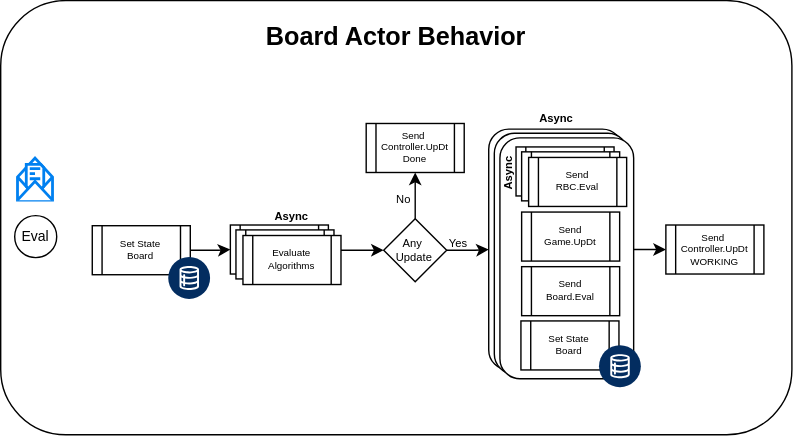
Before: docs/diagrams/BoardActor.svg, a diagram exported from draw.io (sunlao/py_sudoku_solver). Source tidied: cells renumbered, new cells last; positions are measured from the earlier drawing's top-left corner, leaving out a move shared by most shapes.
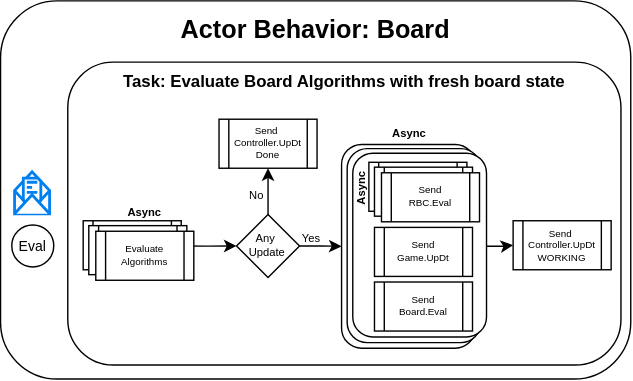
Above is the later version.

The edit, as a diff of the source:
```diff
@@ -3,39 +3,36 @@
     <mxCell id="0" />
     <mxCell id="1" parent="0" />
     <mxCell id="2" style="rounded=1;whiteSpace=wrap;html=1;" parent="1" vertex="1">
-      <mxGeometry width="565" height="310" as="geometry" />
+      <mxGeometry x="23" y="-1" width="450" height="270" as="geometry" />
     </mxCell>
+    <mxCell id="34" style="rounded=1;whiteSpace=wrap;html=1;" parent="1" vertex="1">
+      <mxGeometry x="71" y="42.8" width="395" height="216.2" as="geometry" />
+    </mxCell>
     <mxCell id="3" style="edgeStyle=orthogonalEdgeStyle;rounded=0;jettySize=auto;html=1;entryX=0;entryY=0.5;entryDx=0;entryDy=0;" parent="1" edge="1" source="4" target="17">
       <mxGeometry relative="1" as="geometry" />
     </mxCell>
     <mxCell id="4" style="rounded=1;whiteSpace=wrap;html=1;" parent="1" vertex="1">
-      <mxGeometry x="348.5" y="91.8" width="95.5" height="172" as="geometry" />
+      <mxGeometry x="266.5" y="101.5" width="95.5" height="145.5" as="geometry" />
     </mxCell>
     <mxCell id="5" style="rounded=1;whiteSpace=wrap;html=1;" parent="1" vertex="1">
-      <mxGeometry x="352.5" y="94.8" width="95.5" height="172" as="geometry" />
+      <mxGeometry x="270.5" y="104.5" width="95.5" height="138.5" as="geometry" />
     </mxCell>
     <mxCell id="6" style="rounded=1;whiteSpace=wrap;html=1;" parent="1" vertex="1">
-      <mxGeometry x="356.5" y="98" width="95.5" height="172" as="geometry" />
+      <mxGeometry x="274.5" y="107.8" width="95.5" height="131.2" as="geometry" />
     </mxCell>
     <mxCell id="7" value="Eval" style="ellipse;whiteSpace=wrap;html=1;fontSize=10;" parent="1" vertex="1">
-      <mxGeometry x="10" y="153.6" width="30" height="30" as="geometry" />
+      <mxGeometry x="31" y="159" width="30" height="30" as="geometry" />
     </mxCell>
     <mxCell id="8" style="html=1;verticalLabelPosition=bottom;align=center;labelBackgroundColor=#ffffff;verticalAlign=top;strokeWidth=2;strokeColor=#0080F0;shadow=0;dashed=0;shape=mxgraph.ios7.icons.envelope_(message);" parent="1" vertex="1">
-      <mxGeometry x="12.5" y="113" width="25" height="30" as="geometry" />
+      <mxGeometry x="33.5" y="121.5" width="25" height="30" as="geometry" />
     </mxCell>
-    <mxCell id="9" style="edgeStyle=orthogonalEdgeStyle;rounded=0;jettySize=auto;html=1;entryX=0;entryY=0.5;entryDx=0;entryDy=0;" parent="1" edge="1" source="10" target="28">
-      <mxGeometry relative="1" as="geometry" />
-    </mxCell>
-    <mxCell id="10" value="Set State&lt;div&gt;Board&lt;/div&gt;" style="shape=process;whiteSpace=wrap;html=1;backgroundOutline=1;fontSize=7;" parent="1" vertex="1">
-      <mxGeometry x="65.4" y="160.8" width="70" height="35" as="geometry" />
-    </mxCell>
     <mxCell id="11" style="edgeStyle=orthogonalEdgeStyle;rounded=0;jettySize=auto;html=1;entryX=0;entryY=0.5;entryDx=0;entryDy=0;" parent="1" edge="1" target="15">
       <mxGeometry relative="1" as="geometry">
-        <mxPoint x="232.5" y="178.3" as="sourcePoint" />
+        <mxPoint x="150.5" y="174" as="sourcePoint" />
       </mxGeometry>
     </mxCell>
     <mxCell id="12" value="Async" style="text;html=1;whiteSpace=wrap;strokeColor=none;fillColor=none;align=center;verticalAlign=middle;rounded=0;fontSize=8;fontStyle=1;" parent="1" vertex="1">
-      <mxGeometry x="387" y="78.2" width="20" height="12.5" as="geometry" />
+      <mxGeometry x="305" y="88" width="20" height="12.5" as="geometry" />
     </mxCell>
     <mxCell id="13" style="edgeStyle=orthogonalEdgeStyle;rounded=0;jettySize=auto;html=1;entryX=0;entryY=0.5;entryDx=0;entryDy=0;" parent="1" edge="1" source="15" target="4">
       <mxGeometry relative="1" as="geometry" />
@@ -44,61 +41,55 @@
       <mxGeometry relative="1" as="geometry" />
     </mxCell>
     <mxCell id="15" value="Any&amp;nbsp;&lt;div&gt;Update&lt;/div&gt;" style="rhombus;whiteSpace=wrap;html=1;fontSize=8;" parent="1" vertex="1">
-      <mxGeometry x="273.5" y="155.8" width="45" height="45" as="geometry" />
+      <mxGeometry x="191.5" y="151.5" width="45" height="45" as="geometry" />
     </mxCell>
     <mxCell id="16" value="Send&lt;br&gt;Game.UpDt" style="shape=process;whiteSpace=wrap;html=1;backgroundOutline=1;fontSize=7;" parent="1" vertex="1">
-      <mxGeometry x="372" y="151" width="70" height="35" as="geometry" />
+      <mxGeometry x="290" y="160.8" width="70" height="35" as="geometry" />
     </mxCell>
     <mxCell id="17" value="Send&amp;nbsp;&lt;div&gt;Controller.UpDt&lt;/div&gt;&lt;div&gt;WORKING&lt;/div&gt;" style="shape=process;whiteSpace=wrap;html=1;backgroundOutline=1;fontSize=7;" parent="1" vertex="1">
-      <mxGeometry x="475" y="160.2" width="70" height="35" as="geometry" />
+      <mxGeometry x="389" y="156" width="70" height="35" as="geometry" />
     </mxCell>
     <mxCell id="18" value="Async" style="text;html=1;whiteSpace=wrap;strokeColor=none;fillColor=none;align=center;verticalAlign=middle;rounded=0;fontSize=8;fontStyle=1;horizontal=0;" parent="1" vertex="1">
-      <mxGeometry x="352.9" y="117.8" width="20" height="12.5" as="geometry" />
+      <mxGeometry x="270.9" y="127.5" width="20" height="12.5" as="geometry" />
     </mxCell>
-    <mxCell id="19" value="Set State&lt;div&gt;Board&lt;/div&gt;" style="shape=process;whiteSpace=wrap;html=1;backgroundOutline=1;fontSize=7;" parent="1" vertex="1">
-      <mxGeometry x="371.5" y="228.8" width="70" height="35" as="geometry" />
-    </mxCell>
     <mxCell id="20" value="Yes" style="text;html=1;whiteSpace=wrap;strokeColor=none;fillColor=none;align=center;verticalAlign=middle;rounded=0;fontSize=8;" parent="1" vertex="1">
-      <mxGeometry x="317.5" y="166.5" width="20" height="12.5" as="geometry" />
+      <mxGeometry x="235.5" y="162.2" width="20" height="12.5" as="geometry" />
     </mxCell>
     <mxCell id="21" value="No" style="text;html=1;whiteSpace=wrap;strokeColor=none;fillColor=none;align=center;verticalAlign=middle;rounded=0;fontSize=8;" parent="1" vertex="1">
-      <mxGeometry x="278" y="136.2" width="20" height="12.5" as="geometry" />
+      <mxGeometry x="196" y="132" width="20" height="12.5" as="geometry" />
     </mxCell>
-    <mxCell id="22" value="Board Actor Behavior" style="text;html=1;whiteSpace=wrap;strokeColor=none;fillColor=none;align=center;verticalAlign=middle;rounded=0;fontStyle=1;fontSize=18;" parent="1" vertex="1">
-      <mxGeometry y="13" width="565" height="27" as="geometry" />
+    <mxCell id="22" value="Actor Behavior: Board" style="text;html=1;whiteSpace=wrap;strokeColor=none;fillColor=none;align=center;verticalAlign=middle;rounded=0;fontStyle=1;fontSize=18;" parent="1" vertex="1">
+      <mxGeometry x="23" y="6" width="450" height="27" as="geometry" />
     </mxCell>
-    <mxCell id="23" style="verticalLabelPosition=bottom;html=1;shape=mxgraph.salesforce.data2;fillColorStyles=fillColor2,fillColor3;fillColor2=#032d60;fillColor3=#ffffff;fillColor=none;strokeColor=none;" parent="1" vertex="1">
-      <mxGeometry x="427.7" y="246.6" width="30" height="30" as="geometry" />
-    </mxCell>
-    <mxCell id="24" style="verticalLabelPosition=bottom;html=1;shape=mxgraph.salesforce.data2;fillColorStyles=fillColor2,fillColor3;fillColor2=#032d60;fillColor3=#ffffff;fillColor=none;strokeColor=none;" parent="1" vertex="1">
-      <mxGeometry x="120.1" y="183.6" width="30" height="30" as="geometry" />
-    </mxCell>
     <mxCell id="25" value="Send&lt;br&gt;Board.Eval" style="shape=process;whiteSpace=wrap;html=1;backgroundOutline=1;fontSize=7;" parent="1" vertex="1">
-      <mxGeometry x="372" y="190" width="70" height="35" as="geometry" />
+      <mxGeometry x="290" y="199.8" width="70" height="35" as="geometry" />
     </mxCell>
     <mxCell id="26" value="Send&amp;nbsp;&lt;div&gt;Controller.UpDt&lt;/div&gt;&lt;div&gt;Done&lt;/div&gt;" style="shape=process;whiteSpace=wrap;html=1;backgroundOutline=1;fontSize=7;" parent="1" vertex="1">
-      <mxGeometry x="261" y="87.8" width="70" height="35" as="geometry" />
+      <mxGeometry x="179" y="83.5" width="70" height="35" as="geometry" />
     </mxCell>
     <mxCell id="27" value="Async" style="text;html=1;whiteSpace=wrap;strokeColor=none;fillColor=none;align=center;verticalAlign=middle;rounded=0;fontSize=8;fontStyle=1;" parent="1" vertex="1">
-      <mxGeometry x="198" y="147.8" width="20" height="12.5" as="geometry" />
+      <mxGeometry x="116" y="143.5" width="20" height="12.5" as="geometry" />
     </mxCell>
     <mxCell id="28" style="shape=process;whiteSpace=wrap;html=1;backgroundOutline=1;fontSize=7;" parent="1" vertex="1">
-      <mxGeometry x="164" y="160.2" width="70" height="35" as="geometry" />
+      <mxGeometry x="82" y="156" width="70" height="35" as="geometry" />
     </mxCell>
     <mxCell id="29" style="shape=process;whiteSpace=wrap;html=1;backgroundOutline=1;fontSize=7;" parent="1" vertex="1">
-      <mxGeometry x="168" y="163.8" width="70" height="35" as="geometry" />
+      <mxGeometry x="86" y="159.5" width="70" height="35" as="geometry" />
     </mxCell>
     <mxCell id="30" value="Evaluate&lt;div&gt;Algorithms&lt;/div&gt;" style="shape=process;whiteSpace=wrap;html=1;backgroundOutline=1;fontSize=7;" parent="1" vertex="1">
-      <mxGeometry x="173" y="167.8" width="70" height="35" as="geometry" />
+      <mxGeometry x="91" y="163.5" width="70" height="35" as="geometry" />
     </mxCell>
     <mxCell id="31" style="shape=process;whiteSpace=wrap;html=1;backgroundOutline=1;fontSize=7;" parent="1" vertex="1">
-      <mxGeometry x="368" y="104.5" width="70" height="35" as="geometry" />
+      <mxGeometry x="286" y="114.2" width="70" height="35" as="geometry" />
     </mxCell>
     <mxCell id="32" style="shape=process;whiteSpace=wrap;html=1;backgroundOutline=1;fontSize=7;" parent="1" vertex="1">
-      <mxGeometry x="372" y="108" width="70" height="35" as="geometry" />
+      <mxGeometry x="290" y="117.8" width="70" height="35" as="geometry" />
     </mxCell>
     <mxCell id="33" value="Send&lt;br&gt;RBC.Eval" style="shape=process;whiteSpace=wrap;html=1;backgroundOutline=1;fontSize=7;" parent="1" vertex="1">
-      <mxGeometry x="377" y="112" width="70" height="35" as="geometry" />
+      <mxGeometry x="295" y="121.8" width="70" height="35" as="geometry" />
     </mxCell>
+    <mxCell id="35" value="Task: Evaluate Board Algorithms with fresh board state" style="text;html=1;whiteSpace=wrap;strokeColor=none;fillColor=none;align=center;verticalAlign=middle;rounded=0;fontStyle=1;" parent="1" vertex="1">
+      <mxGeometry x="71" y="48" width="395" height="18" as="geometry" />
+    </mxCell>
   </root>
 </mxGraphModel>
```
